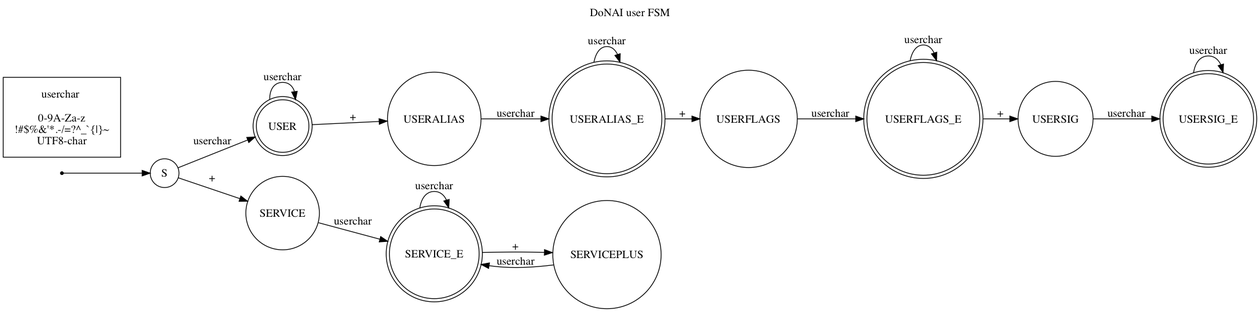
Earlier version of the Graphviz export doc/design/donaiuserfsm.png (arpa2/libarpa2service). Its source is kept beside it as doc/design/donaiuserfsm.gv.
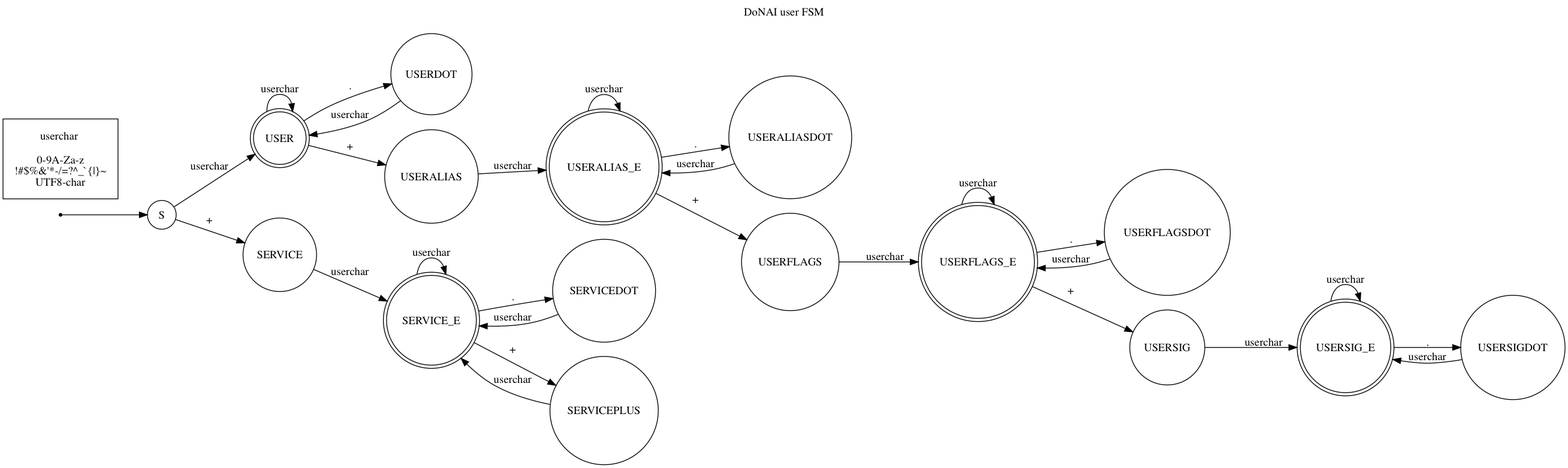
After the change.

Commit message:
donai user grammar: reject adjacent "." and "+"

What changed in the source:
```diff
@@ -15,23 +15,33 @@
 
 		S	-> USER [ label = "userchar" ];
 		USER	-> USER [ label = "userchar" ];
+		USER	-> USERDOT [ label = "." ];
+		USERDOT	-> USER [ label = "userchar" ];
 		USER	-> USERALIAS [ label = "+" ];
 		USERALIAS	-> USERALIAS_E [ label = "userchar" ];
 		USERALIAS_E	-> USERALIAS_E [ label = "userchar" ];
+		USERALIAS_E	-> USERALIASDOT [ label = "." ];
+		USERALIASDOT	-> USERALIAS_E [ label = "userchar" ];
 		USERALIAS_E	-> USERFLAGS [ label = "+" ];
 		USERFLAGS	-> USERFLAGS_E [ label = "userchar" ];
 		USERFLAGS_E	-> USERFLAGS_E [ label = "userchar" ];
+		USERFLAGS_E	-> USERFLAGSDOT [ label = "." ];
+		USERFLAGSDOT	-> USERFLAGS_E [ label = "userchar" ];
 		USERFLAGS_E	-> USERSIG [ label = "+" ];
 		USERSIG	-> USERSIG_E [ label = "userchar" ];
 		USERSIG_E	-> USERSIG_E [ label = "userchar" ];
+		USERSIG_E	-> USERSIGDOT [ label = "." ];
+		USERSIGDOT	-> USERSIG_E [ label = "userchar" ];
 		S	-> SERVICE [ label = "+" ];
 		SERVICE	-> SERVICE_E [ label = "userchar" ];
 		SERVICE_E	-> SERVICE_E [ label = "userchar" ];
+		SERVICE_E	-> SERVICEDOT [ label = "." ];
+		SERVICEDOT	-> SERVICE_E [ label = "userchar" ];
 		SERVICE_E	-> SERVICEPLUS [ label = "+" ];
 		SERVICEPLUS	-> SERVICE_E [ label = "userchar" ];
 
 	node[ shape=box, margin="0.2,0.2" ];
-		userchar[ label = "userchar \n\n0-9A-Za-z\n!#$%&'*.-/=?^_`{|}~\nUTF8-char" ];
+		userchar[ label = "userchar \n\n0-9A-Za-z\n!#$%&'*-/=?^_`{|}~\nUTF8-char" ];
 
 	labelloc="t";
 	label="DoNAI user FSM\n\n";
```
